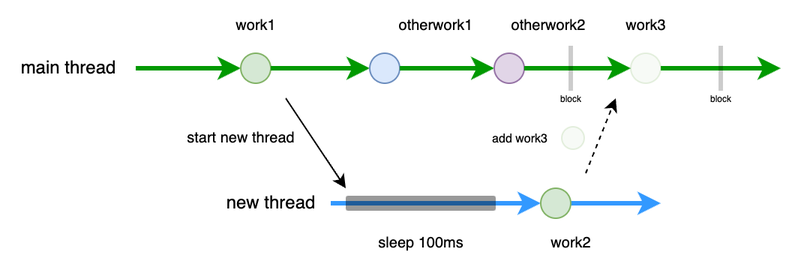
This is MyHandler.drawio.png from chdhy/ImageHosting, a draw.io export, as it was before one commit. Source tidied: cells renumbered, new cells last; positions are measured from the earlier drawing's top-left corner, leaving out a move shared by most shapes. Source of this version:
```xml
<mxGraphModel>
  <root>
    <mxCell id="0" />
    <mxCell id="1" parent="0" />
    <mxCell id="2" style="endArrow=classic;html=1;rounded=0;strokeWidth=3;strokeColor=#009900;" parent="1" edge="1" source="23">
      <mxGeometry relative="1" as="geometry">
        <mxPoint x="520" y="45" as="targetPoint" />
      </mxGeometry>
    </mxCell>
    <mxCell id="3" style="endArrow=classic;html=1;rounded=0;strokeWidth=3;strokeColor=#3399FF;" parent="1" edge="1" source="11">
      <mxGeometry relative="1" as="geometry">
        <mxPoint x="440" y="135" as="targetPoint" />
      </mxGeometry>
    </mxCell>
    <mxCell id="4" style="endArrow=classic;html=1;rounded=0;strokeWidth=3;strokeColor=#009900;" parent="1" edge="1" target="5">
      <mxGeometry relative="1" as="geometry">
        <mxPoint x="90" y="45" as="sourcePoint" />
      </mxGeometry>
    </mxCell>
    <mxCell id="5" style="ellipse;whiteSpace=wrap;html=1;fillColor=#d5e8d4;strokeColor=#82b366;" parent="1" vertex="1">
      <mxGeometry x="160" y="35" width="20" height="20" as="geometry" />
    </mxCell>
    <mxCell id="6" value="main thread" style="text;html=1;align=center;verticalAlign=middle;strokeColor=none;fillColor=none;fontSize=12;fontStyle=0;" parent="1" vertex="1">
      <mxGeometry y="30" width="90" height="30" as="geometry" />
    </mxCell>
    <mxCell id="7" value="new thread" style="text;html=1;align=center;verticalAlign=middle;strokeColor=none;fillColor=none;fontSize=12;fontStyle=0;" parent="1" vertex="1">
      <mxGeometry x="140" y="120" width="80" height="30" as="geometry" />
    </mxCell>
    <mxCell id="8" value="work1" style="text;html=1;align=center;verticalAlign=middle;strokeColor=none;fillColor=none;fontSize=10;" parent="1" vertex="1">
      <mxGeometry x="145" width="50" height="30" as="geometry" />
    </mxCell>
    <mxCell id="9" style="endArrow=classic;html=1;rounded=0;" parent="1" edge="1">
      <mxGeometry relative="1" as="geometry">
        <mxPoint x="190" y="65" as="sourcePoint" />
        <mxPoint x="230" y="125" as="targetPoint" />
      </mxGeometry>
    </mxCell>
    <mxCell id="10" style="endArrow=classic;html=1;rounded=0;strokeWidth=3;strokeColor=#3399FF;" parent="1" edge="1" target="11">
      <mxGeometry relative="1" as="geometry">
        <mxPoint x="220" y="135" as="sourcePoint" />
      </mxGeometry>
    </mxCell>
    <mxCell id="11" style="ellipse;whiteSpace=wrap;html=1;fillColor=#d5e8d4;strokeColor=#82b366;" parent="1" vertex="1">
      <mxGeometry x="360" y="125" width="20" height="20" as="geometry" />
    </mxCell>
    <mxCell id="12" value="start new thread" style="text;html=1;align=center;verticalAlign=middle;strokeColor=none;fillColor=none;fontSize=10;" parent="1" vertex="1">
      <mxGeometry x="110" y="75" width="100" height="30" as="geometry" />
    </mxCell>
    <mxCell id="13" value="work2" style="text;html=1;align=center;verticalAlign=middle;strokeColor=none;fillColor=none;fontSize=10;" parent="1" vertex="1">
      <mxGeometry x="355" y="145" width="50" height="30" as="geometry" />
    </mxCell>
    <mxCell id="14" style="ellipse;whiteSpace=wrap;html=1;fillColor=#d5e8d4;strokeColor=#82b366;opacity=20;" parent="1" vertex="1">
      <mxGeometry x="374" y="84" width="15" height="15" as="geometry" />
    </mxCell>
    <mxCell id="15" style="endArrow=classic;html=1;rounded=0;strokeWidth=3;strokeColor=#009900;" parent="1" edge="1" source="5" target="16">
      <mxGeometry relative="1" as="geometry" />
    </mxCell>
    <mxCell id="16" style="ellipse;whiteSpace=wrap;html=1;fillColor=#dae8fc;strokeColor=#6c8ebf;" parent="1" vertex="1">
      <mxGeometry x="246" y="35" width="20" height="20" as="geometry" />
    </mxCell>
    <mxCell id="17" value="otherwork1" style="text;html=1;align=center;verticalAlign=middle;strokeColor=none;fillColor=none;fontSize=10;" parent="1" vertex="1">
      <mxGeometry x="255" width="70" height="30" as="geometry" />
    </mxCell>
    <mxCell id="18" style="endArrow=classic;html=1;rounded=0;strokeWidth=3;strokeColor=#009900;" parent="1" edge="1" source="16" target="19">
      <mxGeometry relative="1" as="geometry" />
    </mxCell>
    <mxCell id="19" style="ellipse;whiteSpace=wrap;html=1;fillColor=#e1d5e7;strokeColor=#9673a6;" parent="1" vertex="1">
      <mxGeometry x="329" y="35" width="20" height="20" as="geometry" />
    </mxCell>
    <mxCell id="20" value="otherwork2" style="text;html=1;align=center;verticalAlign=middle;strokeColor=none;fillColor=none;fontSize=10;" parent="1" vertex="1">
      <mxGeometry x="330" width="70" height="30" as="geometry" />
    </mxCell>
    <mxCell id="21" value="add work3" style="text;html=1;align=center;verticalAlign=middle;strokeColor=none;fillColor=none;fontSize=8;" parent="1" vertex="1">
      <mxGeometry x="316" y="82" width="60" height="20" as="geometry" />
    </mxCell>
    <mxCell id="22" style="endArrow=classic;html=1;rounded=0;strokeWidth=3;strokeColor=#009900;" parent="1" edge="1" source="19" target="23">
      <mxGeometry relative="1" as="geometry" />
    </mxCell>
    <mxCell id="23" style="ellipse;whiteSpace=wrap;html=1;fillColor=#d5e8d4;strokeColor=#82b366;opacity=20;" parent="1" vertex="1">
      <mxGeometry x="420" y="35" width="20" height="20" as="geometry" />
    </mxCell>
    <mxCell id="24" value="work3" style="text;html=1;align=center;verticalAlign=middle;strokeColor=none;fillColor=none;fontSize=10;" parent="1" vertex="1">
      <mxGeometry x="405" width="50" height="30" as="geometry" />
    </mxCell>
    <mxCell id="25" style="endArrow=none;html=1;rounded=0;strokeWidth=3;opacity=20;" parent="1" edge="1">
      <mxGeometry relative="1" as="geometry">
        <mxPoint x="380" y="60" as="sourcePoint" />
        <mxPoint x="380" y="30" as="targetPoint" />
      </mxGeometry>
    </mxCell>
    <mxCell id="26" style="endArrow=none;html=1;rounded=0;strokeWidth=3;opacity=20;" parent="1" edge="1">
      <mxGeometry relative="1" as="geometry">
        <mxPoint x="480" y="60" as="sourcePoint" />
        <mxPoint x="480" y="30" as="targetPoint" />
      </mxGeometry>
    </mxCell>
    <mxCell id="27" style="rounded=1;whiteSpace=wrap;html=1;opacity=40;strokeColor=none;fillColor=#000000;" parent="1" vertex="1">
      <mxGeometry x="230" y="130" width="100" height="10" as="geometry" />
    </mxCell>
    <mxCell id="28" style="endArrow=classic;html=1;rounded=0;dashed=1;" parent="1" edge="1">
      <mxGeometry relative="1" as="geometry">
        <mxPoint x="390" y="115" as="sourcePoint" />
        <mxPoint x="410" y="65" as="targetPoint" />
      </mxGeometry>
    </mxCell>
    <mxCell id="29" value="sleep 100ms" style="text;html=1;align=center;verticalAlign=middle;strokeColor=none;fillColor=none;fontSize=10;" parent="1" vertex="1">
      <mxGeometry x="240" y="145" width="80" height="30" as="geometry" />
    </mxCell>
    <mxCell id="30" value="block" style="text;html=1;align=center;verticalAlign=middle;strokeColor=none;fillColor=none;fontSize=6;" parent="1" vertex="1">
      <mxGeometry x="360" y="55" width="40" height="20" as="geometry" />
    </mxCell>
    <mxCell id="31" value="block" style="text;html=1;align=center;verticalAlign=middle;strokeColor=none;fillColor=none;fontSize=6;" parent="1" vertex="1">
      <mxGeometry x="460" y="55" width="40" height="20" as="geometry" />
    </mxCell>
  </root>
</mxGraphModel>
```
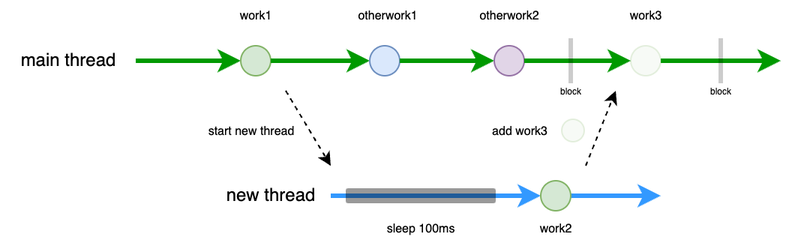
After the change.

Diff of the diagram source:
```diff
@@ -26,13 +26,13 @@
     <mxCell id="7" value="new thread" style="text;html=1;align=center;verticalAlign=middle;strokeColor=none;fillColor=none;fontSize=12;fontStyle=0;" parent="1" vertex="1">
       <mxGeometry x="140" y="120" width="80" height="30" as="geometry" />
     </mxCell>
-    <mxCell id="8" value="work1" style="text;html=1;align=center;verticalAlign=middle;strokeColor=none;fillColor=none;fontSize=10;" parent="1" vertex="1">
-      <mxGeometry x="145" width="50" height="30" as="geometry" />
+    <mxCell id="8" value="work1" style="text;html=1;align=center;verticalAlign=middle;strokeColor=none;fillColor=none;fontSize=8;" parent="1" vertex="1">
+      <mxGeometry x="150" y="5" width="40" height="20" as="geometry" />
     </mxCell>
-    <mxCell id="9" style="endArrow=classic;html=1;rounded=0;" parent="1" edge="1">
+    <mxCell id="9" style="endArrow=classic;html=1;rounded=0;dashed=1;" parent="1" edge="1">
       <mxGeometry relative="1" as="geometry">
         <mxPoint x="190" y="65" as="sourcePoint" />
-        <mxPoint x="230" y="125" as="targetPoint" />
+        <mxPoint x="220" y="115" as="targetPoint" />
       </mxGeometry>
     </mxCell>
     <mxCell id="10" style="endArrow=classic;html=1;rounded=0;strokeWidth=3;strokeColor=#3399FF;" parent="1" edge="1" target="11">
@@ -43,11 +43,11 @@
     <mxCell id="11" style="ellipse;whiteSpace=wrap;html=1;fillColor=#d5e8d4;strokeColor=#82b366;" parent="1" vertex="1">
       <mxGeometry x="360" y="125" width="20" height="20" as="geometry" />
     </mxCell>
-    <mxCell id="12" value="start new thread" style="text;html=1;align=center;verticalAlign=middle;strokeColor=none;fillColor=none;fontSize=10;" parent="1" vertex="1">
-      <mxGeometry x="110" y="75" width="100" height="30" as="geometry" />
+    <mxCell id="12" value="start new thread" style="text;html=1;align=center;verticalAlign=middle;strokeColor=none;fillColor=none;fontSize=8;" parent="1" vertex="1">
+      <mxGeometry x="127" y="82" width="80" height="20" as="geometry" />
     </mxCell>
-    <mxCell id="13" value="work2" style="text;html=1;align=center;verticalAlign=middle;strokeColor=none;fillColor=none;fontSize=10;" parent="1" vertex="1">
-      <mxGeometry x="355" y="145" width="50" height="30" as="geometry" />
+    <mxCell id="13" value="work2" style="text;html=1;align=center;verticalAlign=middle;strokeColor=none;fillColor=none;fontSize=8;" parent="1" vertex="1">
+      <mxGeometry x="350" y="147" width="40" height="20" as="geometry" />
     </mxCell>
     <mxCell id="14" style="ellipse;whiteSpace=wrap;html=1;fillColor=#d5e8d4;strokeColor=#82b366;opacity=20;" parent="1" vertex="1">
       <mxGeometry x="374" y="84" width="15" height="15" as="geometry" />
@@ -58,8 +58,8 @@
     <mxCell id="16" style="ellipse;whiteSpace=wrap;html=1;fillColor=#dae8fc;strokeColor=#6c8ebf;" parent="1" vertex="1">
       <mxGeometry x="246" y="35" width="20" height="20" as="geometry" />
     </mxCell>
-    <mxCell id="17" value="otherwork1" style="text;html=1;align=center;verticalAlign=middle;strokeColor=none;fillColor=none;fontSize=10;" parent="1" vertex="1">
-      <mxGeometry x="255" width="70" height="30" as="geometry" />
+    <mxCell id="17" value="otherwork1" style="text;html=1;align=center;verticalAlign=middle;strokeColor=none;fillColor=none;fontSize=8;" parent="1" vertex="1">
+      <mxGeometry x="228" y="5" width="60" height="20" as="geometry" />
     </mxCell>
     <mxCell id="18" style="endArrow=classic;html=1;rounded=0;strokeWidth=3;strokeColor=#009900;" parent="1" edge="1" source="16" target="19">
       <mxGeometry relative="1" as="geometry" />
@@ -67,8 +67,8 @@
     <mxCell id="19" style="ellipse;whiteSpace=wrap;html=1;fillColor=#e1d5e7;strokeColor=#9673a6;" parent="1" vertex="1">
       <mxGeometry x="329" y="35" width="20" height="20" as="geometry" />
     </mxCell>
-    <mxCell id="20" value="otherwork2" style="text;html=1;align=center;verticalAlign=middle;strokeColor=none;fillColor=none;fontSize=10;" parent="1" vertex="1">
-      <mxGeometry x="330" width="70" height="30" as="geometry" />
+    <mxCell id="20" value="otherwork2" style="text;html=1;align=center;verticalAlign=middle;strokeColor=none;fillColor=none;fontSize=8;" parent="1" vertex="1">
+      <mxGeometry x="309" y="5" width="60" height="20" as="geometry" />
     </mxCell>
     <mxCell id="21" value="add work3" style="text;html=1;align=center;verticalAlign=middle;strokeColor=none;fillColor=none;fontSize=8;" parent="1" vertex="1">
       <mxGeometry x="316" y="82" width="60" height="20" as="geometry" />
@@ -79,8 +79,8 @@
     <mxCell id="23" style="ellipse;whiteSpace=wrap;html=1;fillColor=#d5e8d4;strokeColor=#82b366;opacity=20;" parent="1" vertex="1">
       <mxGeometry x="420" y="35" width="20" height="20" as="geometry" />
     </mxCell>
-    <mxCell id="24" value="work3" style="text;html=1;align=center;verticalAlign=middle;strokeColor=none;fillColor=none;fontSize=10;" parent="1" vertex="1">
-      <mxGeometry x="405" width="50" height="30" as="geometry" />
+    <mxCell id="24" value="work3" style="text;html=1;align=center;verticalAlign=middle;strokeColor=none;fillColor=none;fontSize=8;" parent="1" vertex="1">
+      <mxGeometry x="410" y="5" width="40" height="20" as="geometry" />
     </mxCell>
     <mxCell id="25" style="endArrow=none;html=1;rounded=0;strokeWidth=3;opacity=20;" parent="1" edge="1">
       <mxGeometry relative="1" as="geometry">
@@ -103,8 +103,8 @@
         <mxPoint x="410" y="65" as="targetPoint" />
       </mxGeometry>
     </mxCell>
-    <mxCell id="29" value="sleep 100ms" style="text;html=1;align=center;verticalAlign=middle;strokeColor=none;fillColor=none;fontSize=10;" parent="1" vertex="1">
-      <mxGeometry x="240" y="145" width="80" height="30" as="geometry" />
+    <mxCell id="29" value="sleep 100ms" style="text;html=1;align=center;verticalAlign=middle;strokeColor=none;fillColor=none;fontSize=8;" parent="1" vertex="1">
+      <mxGeometry x="245" y="147" width="70" height="20" as="geometry" />
     </mxCell>
     <mxCell id="30" value="block" style="text;html=1;align=center;verticalAlign=middle;strokeColor=none;fillColor=none;fontSize=6;" parent="1" vertex="1">
       <mxGeometry x="360" y="55" width="40" height="20" as="geometry" />
```
